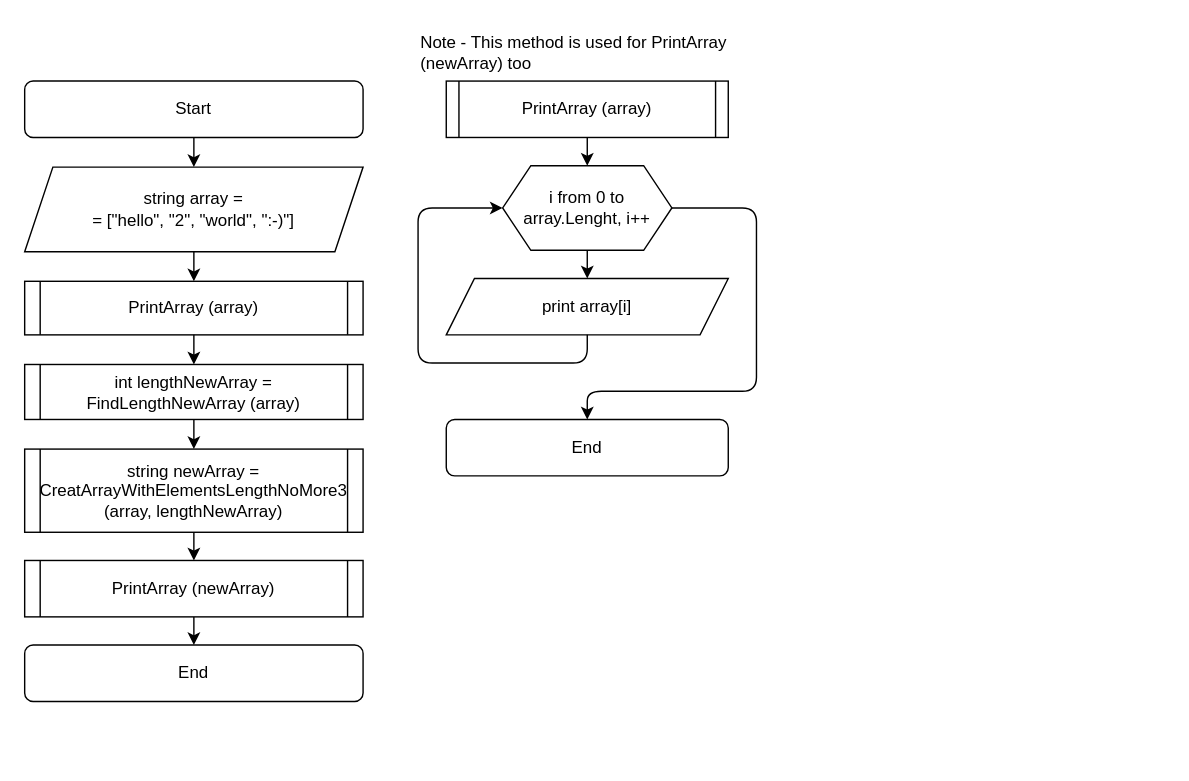
This is block diagram.drawio from TonyKorolev/Main-Test, a draw.io file, before an edit. Source tidied: cells renumbered, new cells numbered last; positions are measured from the earlier drawing's top-left corner, leaving out a move shared by most shapes. Both pictures are drawn from the tidied source at 141%, with x=0, y=0 at pixel (24, 24).
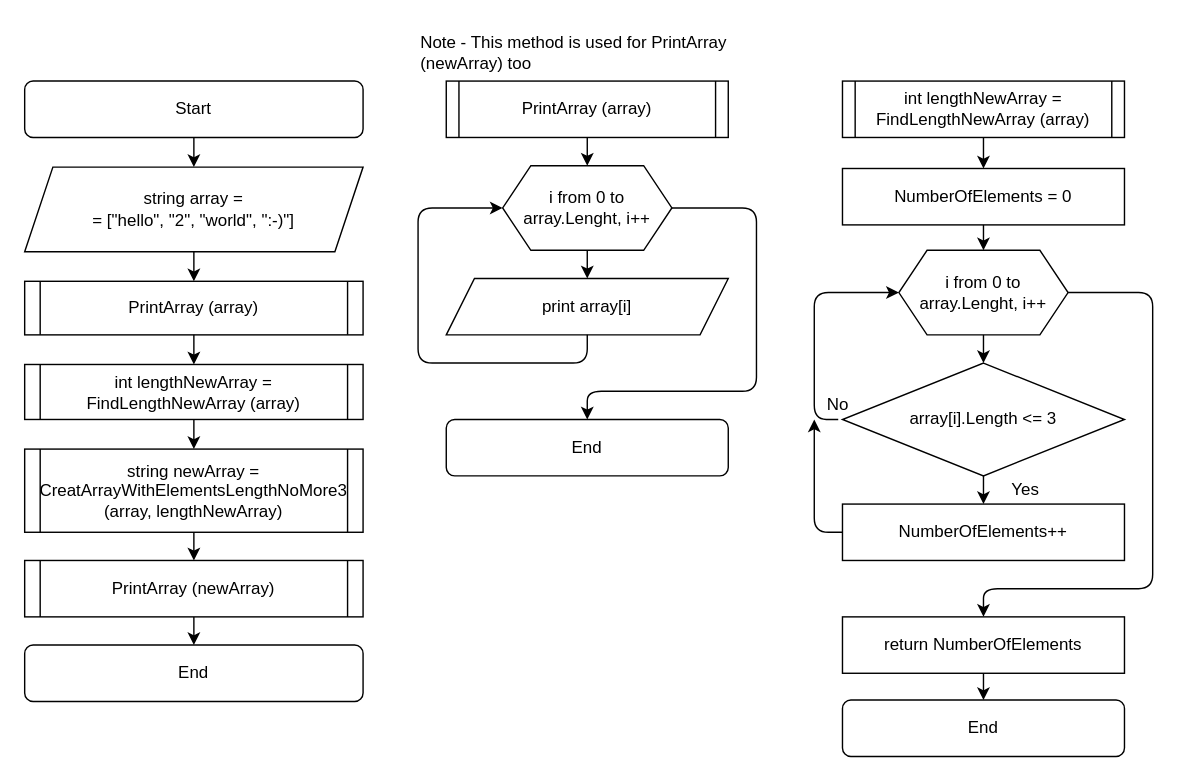
The same page after the edit.

Commit message:
creat block diagram CreatArrayWithElementsLengthNoMore3

The edit, as a diff of the source:
```diff
@@
+    <mxCell id="24" value="int lengthNewArray = FindLengthNewArray (array)" style="shape=process;whiteSpace=wrap;html=1;backgroundOutline=1;size=0.045454545454545456;" parent="1" vertex="1">
+      <mxGeometry x="580" y="40" width="200" height="40" as="geometry" />
+    </mxCell>
+    <mxCell id="25" value="NumberOfElements = 0" style="rounded=0;whiteSpace=wrap;html=1;" parent="1" vertex="1">
+      <mxGeometry x="580" y="102" width="200" height="40" as="geometry" />
+    </mxCell>
+    <mxCell id="26" value="&lt;span&gt;i from 0 to array.Lenght, i++&lt;/span&gt;" style="shape=hexagon;perimeter=hexagonPerimeter2;whiteSpace=wrap;html=1;fixedSize=1;" parent="1" vertex="1">
+      <mxGeometry x="620" y="160" width="120" height="60" as="geometry" />
+    </mxCell>
+    <mxCell id="27" value="array[i].Length &amp;lt;= 3" style="rhombus;whiteSpace=wrap;html=1;" parent="1" vertex="1">
+      <mxGeometry x="580" y="240" width="200" height="80" as="geometry" />
+    </mxCell>
+    <mxCell id="28" value="NumberOfElements++" style="rounded=0;whiteSpace=wrap;html=1;" parent="1" vertex="1">
+      <mxGeometry x="580" y="340" width="200" height="40" as="geometry" />
+    </mxCell>
+    <mxCell id="29" style="endArrow=classic;html=1;exitX=0.5;exitY=1;exitDx=0;exitDy=0;entryX=0.5;entryY=0;entryDx=0;entryDy=0;" parent="1" edge="1" source="24" target="25">
+      <mxGeometry relative="1" as="geometry" />
+    </mxCell>
+    <mxCell id="30" style="endArrow=classic;html=1;exitX=0.5;exitY=1;exitDx=0;exitDy=0;entryX=0.5;entryY=0;entryDx=0;entryDy=0;" parent="1" edge="1" source="25" target="26">
+      <mxGeometry relative="1" as="geometry" />
+    </mxCell>
+    <mxCell id="31" style="endArrow=classic;html=1;exitX=0.5;exitY=1;exitDx=0;exitDy=0;entryX=0.5;entryY=0;entryDx=0;entryDy=0;" parent="1" edge="1" source="26" target="27">
+      <mxGeometry relative="1" as="geometry" />
+    </mxCell>
+    <mxCell id="32" style="endArrow=classic;html=1;exitX=0.5;exitY=1;exitDx=0;exitDy=0;entryX=0.5;entryY=0;entryDx=0;entryDy=0;" parent="1" edge="1" source="27" target="28">
+      <mxGeometry relative="1" as="geometry" />
+    </mxCell>
+    <mxCell id="33" value="Yes" style="text;html=1;strokeColor=none;fillColor=none;align=center;verticalAlign=middle;whiteSpace=wrap;rounded=0;" parent="1" vertex="1">
+      <mxGeometry x="690" y="320" width="40" height="20" as="geometry" />
+    </mxCell>
+    <mxCell id="34" value="No" style="text;html=1;strokeColor=none;fillColor=none;align=center;verticalAlign=middle;whiteSpace=wrap;rounded=0;" parent="1" vertex="1">
+      <mxGeometry x="557" y="260" width="40" height="20" as="geometry" />
+    </mxCell>
+    <mxCell id="35" style="endArrow=classic;html=1;entryX=0;entryY=0.5;entryDx=0;entryDy=0;exitX=0.5;exitY=1;exitDx=0;exitDy=0;" parent="1" edge="1" source="34" target="26">
+      <mxGeometry relative="1" as="geometry">
+        <Array as="points">
+          <mxPoint x="560" y="280" />
+          <mxPoint x="560" y="190" />
+        </Array>
+      </mxGeometry>
+    </mxCell>
+    <mxCell id="36" style="endArrow=classic;html=1;exitX=0;exitY=0.5;exitDx=0;exitDy=0;" parent="1" edge="1" source="28">
+      <mxGeometry relative="1" as="geometry">
+        <mxPoint x="560" y="280" as="targetPoint" />
+        <Array as="points">
+          <mxPoint x="560" y="360" />
+        </Array>
+      </mxGeometry>
+    </mxCell>
+    <mxCell id="37" value="End" style="rounded=1;whiteSpace=wrap;html=1;" parent="1" vertex="1">
+      <mxGeometry x="580" y="479" width="200" height="40" as="geometry" />
+    </mxCell>
+    <mxCell id="38" style="endArrow=classic;html=1;exitX=1;exitY=0.5;exitDx=0;exitDy=0;" parent="1" edge="1" source="26">
+      <mxGeometry relative="1" as="geometry">
+        <mxPoint x="680" y="420" as="targetPoint" />
+        <Array as="points">
+          <mxPoint x="800" y="190" />
+          <mxPoint x="800" y="400" />
+          <mxPoint x="680" y="400" />
+        </Array>
+      </mxGeometry>
+    </mxCell>
+    <mxCell id="39" value="return NumberOfElements" style="rounded=0;whiteSpace=wrap;html=1;" parent="1" vertex="1">
+      <mxGeometry x="580" y="420" width="200" height="40" as="geometry" />
+    </mxCell>
+    <mxCell id="40" style="endArrow=classic;html=1;exitX=0.5;exitY=1;exitDx=0;exitDy=0;entryX=0.5;entryY=0;entryDx=0;entryDy=0;" parent="1" edge="1" source="39" target="37">
+      <mxGeometry relative="1" as="geometry" />
+    </mxCell>
```
